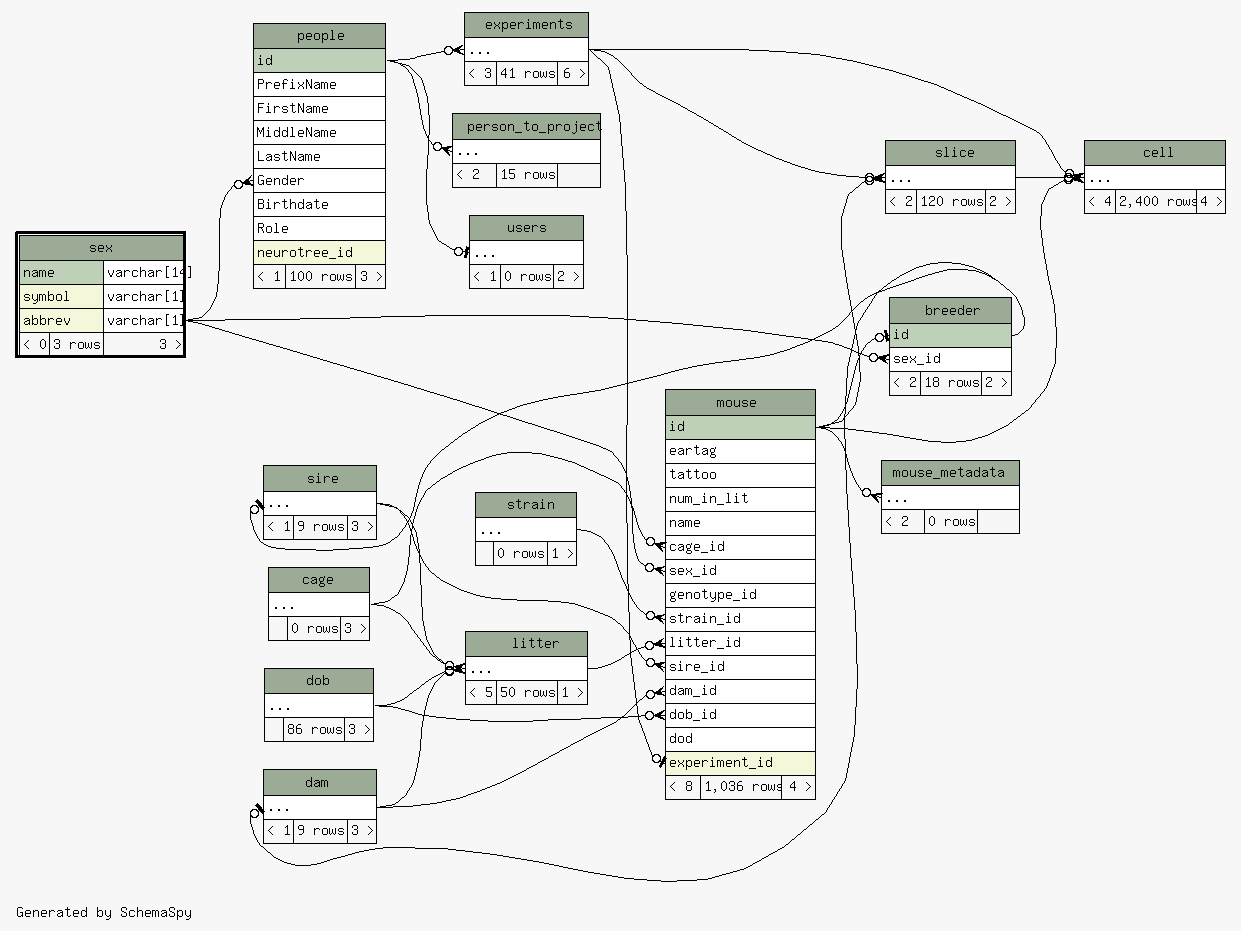
Above: database/ss/diagrams/sex.2degrees.png in tgbugs/mlab (Graphviz), before the change. Its source is kept beside it as database/ss/diagrams/sex.2degrees.dot.
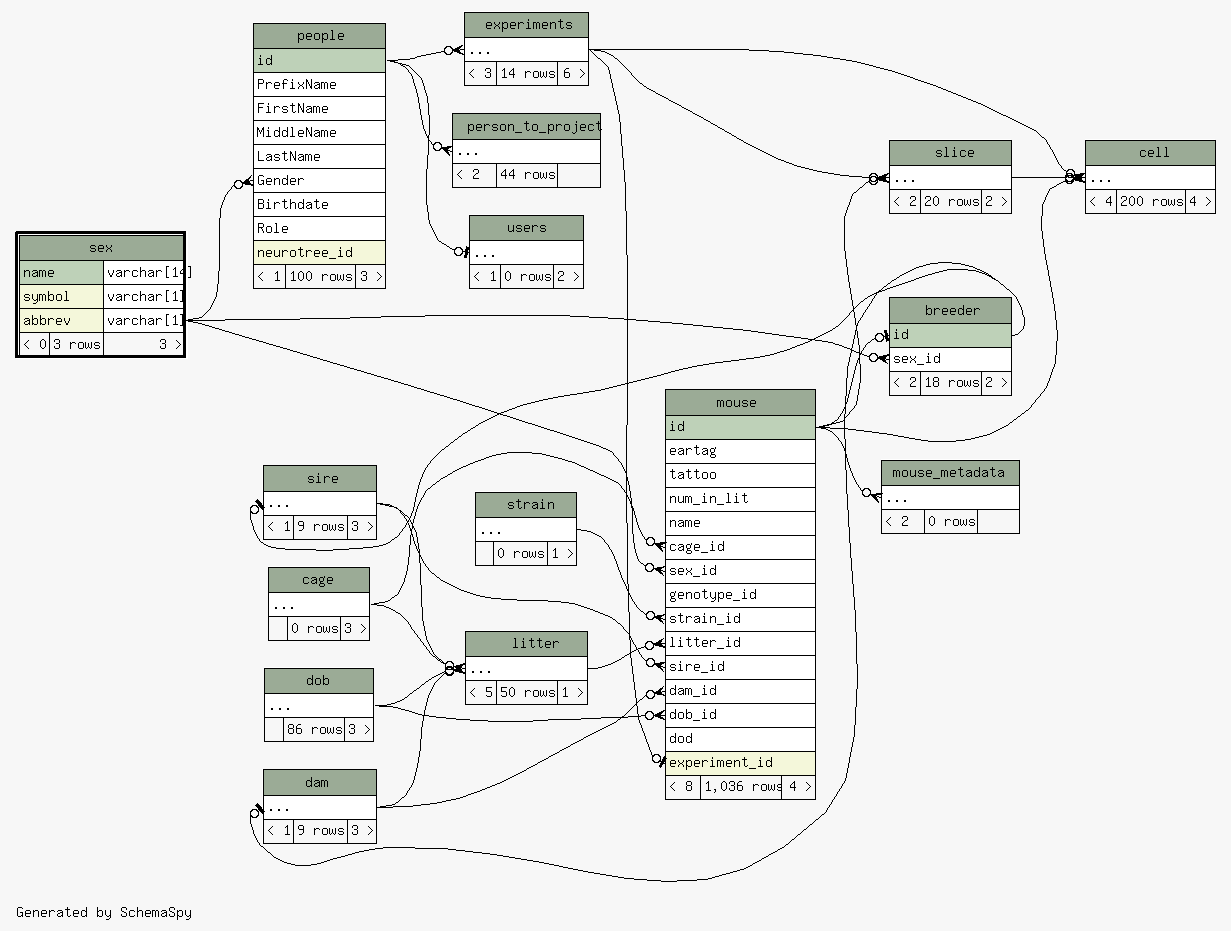
The same file after the commit.

Change to the diagram source:
```diff
@@ -69,7 +69,7 @@
     <TABLE BORDER="0" CELLBORDER="1" CELLSPACING="0" BGCOLOR="#ffffff">
       <TR><TD COLSPAN="3" BGCOLOR="#9bab96" ALIGN="CENTER">cell</TD></TR>
       <TR><TD PORT="elipses" COLSPAN="3" ALIGN="LEFT">...</TD></TR>
-      <TR><TD ALIGN="LEFT" BGCOLOR="#f7f7f7">&lt; 4</TD><TD ALIGN="RIGHT" BGCOLOR="#f7f7f7">2,400 rows</TD><TD ALIGN="RIGHT" BGCOLOR="#f7f7f7">4 &gt;</TD></TR>
+      <TR><TD ALIGN="LEFT" BGCOLOR="#f7f7f7">&lt; 4</TD><TD ALIGN="RIGHT" BGCOLOR="#f7f7f7">200 rows</TD><TD ALIGN="RIGHT" BGCOLOR="#f7f7f7">4 &gt;</TD></TR>
     </TABLE>>
     URL="cell.html"
     tooltip="cell"
@@ -99,7 +99,7 @@
     <TABLE BORDER="0" CELLBORDER="1" CELLSPACING="0" BGCOLOR="#ffffff">
       <TR><TD COLSPAN="3" BGCOLOR="#9bab96" ALIGN="CENTER">experiments</TD></TR>
       <TR><TD PORT="elipses" COLSPAN="3" ALIGN="LEFT">...</TD></TR>
-      <TR><TD ALIGN="LEFT" BGCOLOR="#f7f7f7">&lt; 3</TD><TD ALIGN="RIGHT" BGCOLOR="#f7f7f7">41 rows</TD><TD ALIGN="RIGHT" BGCOLOR="#f7f7f7">6 &gt;</TD></TR>
+      <TR><TD ALIGN="LEFT" BGCOLOR="#f7f7f7">&lt; 3</TD><TD ALIGN="RIGHT" BGCOLOR="#f7f7f7">14 rows</TD><TD ALIGN="RIGHT" BGCOLOR="#f7f7f7">6 &gt;</TD></TR>
     </TABLE>>
     URL="experiments.html"
     tooltip="experiments"
@@ -171,7 +171,7 @@
     <TABLE BORDER="0" CELLBORDER="1" CELLSPACING="0" BGCOLOR="#ffffff">
       <TR><TD COLSPAN="3" BGCOLOR="#9bab96" ALIGN="CENTER">person_to_project</TD></TR>
       <TR><TD PORT="elipses" COLSPAN="3" ALIGN="LEFT">...</TD></TR>
-      <TR><TD ALIGN="LEFT" BGCOLOR="#f7f7f7">&lt; 2</TD><TD ALIGN="RIGHT" BGCOLOR="#f7f7f7">15 rows</TD><TD ALIGN="RIGHT" BGCOLOR="#f7f7f7">  </TD></TR>
+      <TR><TD ALIGN="LEFT" BGCOLOR="#f7f7f7">&lt; 2</TD><TD ALIGN="RIGHT" BGCOLOR="#f7f7f7">44 rows</TD><TD ALIGN="RIGHT" BGCOLOR="#f7f7f7">  </TD></TR>
     </TABLE>>
     URL="person_to_project.html"
     tooltip="person_to_project"
@@ -203,7 +203,7 @@
     <TABLE BORDER="0" CELLBORDER="1" CELLSPACING="0" BGCOLOR="#ffffff">
       <TR><TD COLSPAN="3" BGCOLOR="#9bab96" ALIGN="CENTER">slice</TD></TR>
       <TR><TD PORT="elipses" COLSPAN="3" ALIGN="LEFT">...</TD></TR>
-      <TR><TD ALIGN="LEFT" BGCOLOR="#f7f7f7">&lt; 2</TD><TD ALIGN="RIGHT" BGCOLOR="#f7f7f7">120 rows</TD><TD ALIGN="RIGHT" BGCOLOR="#f7f7f7">2 &gt;</TD></TR>
+      <TR><TD ALIGN="LEFT" BGCOLOR="#f7f7f7">&lt; 2</TD><TD ALIGN="RIGHT" BGCOLOR="#f7f7f7">20 rows</TD><TD ALIGN="RIGHT" BGCOLOR="#f7f7f7">2 &gt;</TD></TR>
     </TABLE>>
     URL="slice.html"
     tooltip="slice"
```
